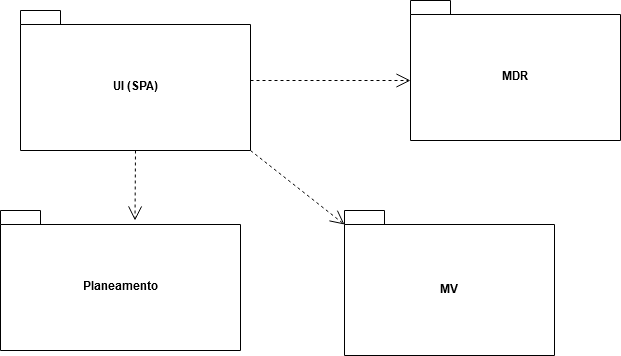
Above: wiki/diagramas/nivel2/N2-VI.png in Pedro-Teixeira-1211184/SEM_5_PI_2023-2024 (draw.io), before the change. Source tidied: cells renumbered, new cells last; positions are measured from the earlier drawing's top-left corner, leaving out a move shared by most shapes.
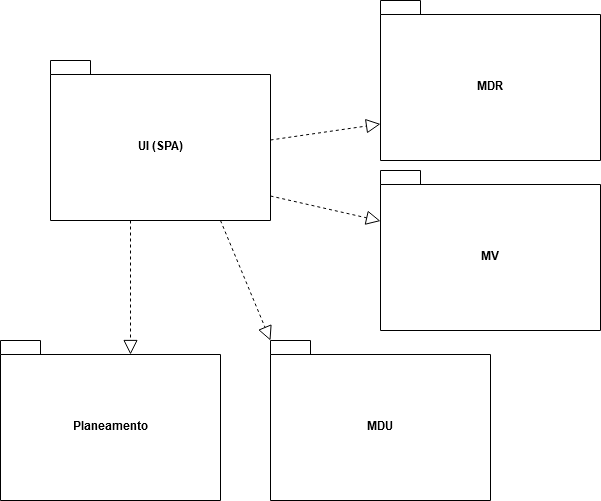
Later version of the same file.

What changed in the source:
```diff
@@ -3,30 +3,39 @@
     <mxCell id="0" />
     <mxCell id="1" parent="0" />
     <mxCell id="2" value="UI (SPA)" style="shape=folder;fontStyle=1;spacingTop=10;tabWidth=40;tabHeight=14;tabPosition=left;html=1;whiteSpace=wrap;" parent="1" vertex="1">
-      <mxGeometry x="20" y="10" width="230" height="140" as="geometry" />
+      <mxGeometry x="40" y="-250" width="220" height="160" as="geometry" />
     </mxCell>
-    <mxCell id="3" style="endArrow=open;endSize=12;dashed=1;html=1;rounded=0;" parent="1" edge="1">
-      <mxGeometry relative="1" as="geometry">
-        <mxPoint x="250" y="80" as="sourcePoint" />
-        <mxPoint x="410" y="80" as="targetPoint" />
-      </mxGeometry>
-    </mxCell>
     <mxCell id="4" value="MDR" style="shape=folder;fontStyle=1;spacingTop=10;tabWidth=40;tabHeight=14;tabPosition=left;html=1;whiteSpace=wrap;" parent="1" vertex="1">
-      <mxGeometry x="410" width="210" height="140" as="geometry" />
+      <mxGeometry x="370" y="-310" width="220" height="160" as="geometry" />
     </mxCell>
     <mxCell id="5" value="MV" style="shape=folder;fontStyle=1;spacingTop=10;tabWidth=40;tabHeight=14;tabPosition=left;html=1;whiteSpace=wrap;" parent="1" vertex="1">
-      <mxGeometry x="344" y="210" width="210" height="145" as="geometry" />
+      <mxGeometry x="370" y="-140" width="220" height="160" as="geometry" />
     </mxCell>
-    <mxCell id="6" style="endArrow=open;endSize=12;dashed=1;html=1;rounded=0;entryX=0;entryY=0;entryDx=0;entryDy=14;entryPerimeter=0;exitX=0;exitY=0;exitDx=230;exitDy=140;exitPerimeter=0;" parent="1" edge="1" source="2" target="5">
-      <mxGeometry relative="1" as="geometry" />
-    </mxCell>
     <mxCell id="7" value="Planeamento" style="shape=folder;fontStyle=1;spacingTop=10;tabWidth=40;tabHeight=14;tabPosition=left;html=1;whiteSpace=wrap;" parent="1" vertex="1">
-      <mxGeometry y="210" width="240" height="140" as="geometry" />
+      <mxGeometry x="-10" y="30" width="220" height="160" as="geometry" />
     </mxCell>
-    <mxCell id="8" style="endArrow=open;endSize=12;dashed=1;html=1;rounded=0;exitX=0.5;exitY=1;exitDx=0;exitDy=0;exitPerimeter=0;" parent="1" edge="1" source="2">
-      <mxGeometry relative="1" as="geometry">
-        <mxPoint x="134.5" y="220" as="targetPoint" />
-      </mxGeometry>
-    </mxCell>
+    <mxCell id="9" value="MDU" style="shape=folder;fontStyle=1;spacingTop=10;tabWidth=40;tabHeight=14;tabPosition=left;html=1;whiteSpace=wrap;" parent="1" vertex="1">
+      <mxGeometry x="260" y="30" width="220" height="160" as="geometry" />
+    </mxCell>
+    <mxCell id="10" style="endArrow=block;dashed=1;endFill=0;endSize=12;html=1;rounded=0;entryX=0;entryY=0;entryDx=0;entryDy=123.5;entryPerimeter=0;" parent="1" edge="1" target="4">
+      <mxGeometry relative="1" as="geometry">
+        <mxPoint x="260" y="-170.5" as="sourcePoint" />
+      </mxGeometry>
+    </mxCell>
+    <mxCell id="11" style="endArrow=block;dashed=1;endFill=0;endSize=12;html=1;rounded=0;entryX=0;entryY=0;entryDx=0;entryDy=50.5;entryPerimeter=0;" parent="1" edge="1" target="5">
+      <mxGeometry relative="1" as="geometry">
+        <mxPoint x="260" y="-114.5" as="sourcePoint" />
+      </mxGeometry>
+    </mxCell>
+    <mxCell id="12" style="endArrow=block;dashed=1;endFill=0;endSize=12;html=1;rounded=0;entryX=0;entryY=0;entryDx=0;entryDy=0;entryPerimeter=0;" parent="1" edge="1" target="9">
+      <mxGeometry relative="1" as="geometry">
+        <mxPoint x="210" y="-90" as="sourcePoint" />
+      </mxGeometry>
+    </mxCell>
+    <mxCell id="13" style="endArrow=block;dashed=1;endFill=0;endSize=12;html=1;rounded=0;entryX=0;entryY=0;entryDx=130;entryDy=14;entryPerimeter=0;" parent="1" edge="1" target="7">
+      <mxGeometry relative="1" as="geometry">
+        <mxPoint x="120" y="-90" as="sourcePoint" />
+      </mxGeometry>
+    </mxCell>
   </root>
 </mxGraphModel>
```
